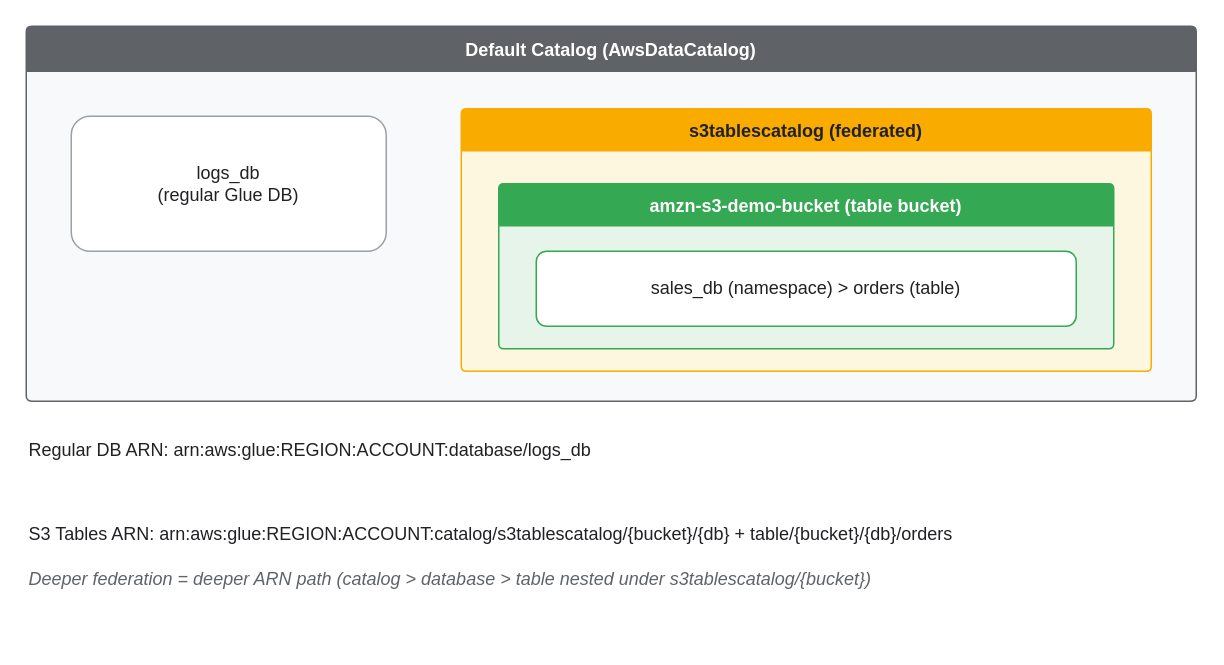
Earlier version of the draw.io diagram assets/img/aws/analytics-stack-06-catalog-federation.drawio (KKamJi98/kkamji98.github.io). Source tidied: cells renumbered, new cells numbered last; positions are measured from the earlier drawing's top-left corner, leaving out a move shared by most shapes. Both pictures are drawn from the tidied source at 150%, with x=0, y=0 at pixel (26, 26).
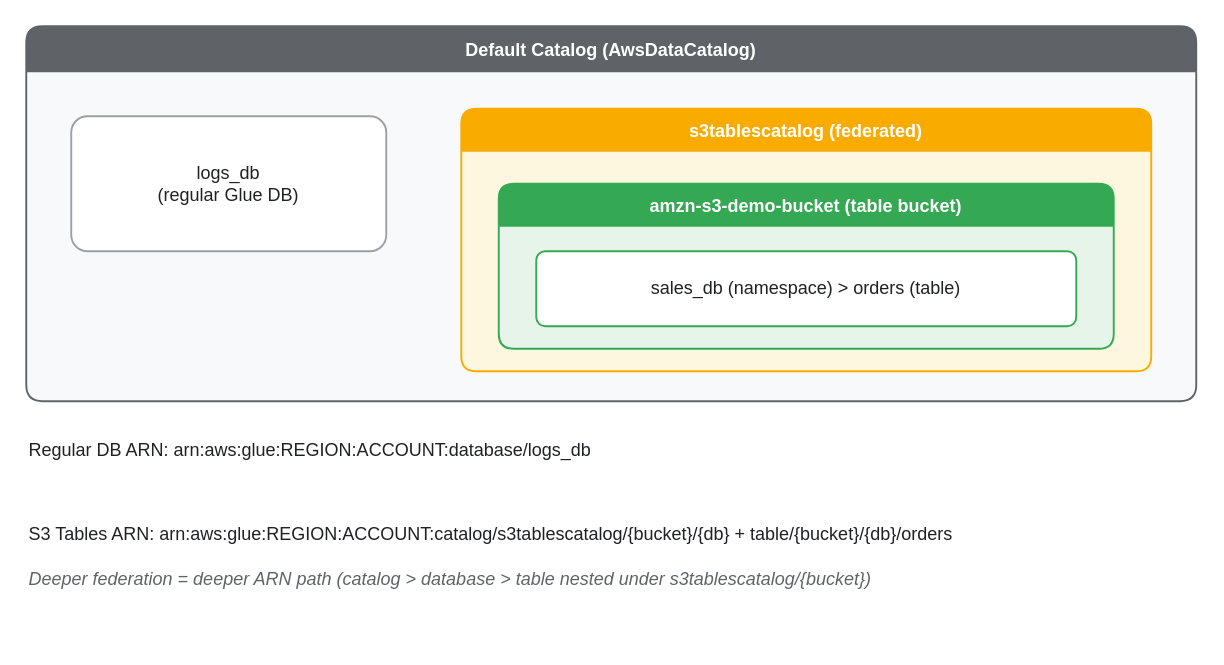
The same diagram, later.

The edit, as a diff of the source:
```diff
@@
-<mxGraphModel>
+<mxGraphModel background="#FFFFFF">
   <root>
     <mxCell id="0" />
     <mxCell id="1" parent="0" />
-    <mxCell id="2" value="Default Catalog (AwsDataCatalog)" style="swimlane;rounded=1;arcSize=4;html=0;startSize=30;fillColor=#5F6368;fontColor=#FFFFFF;swimlaneFillColor=#F8F9FA;strokeColor=#5F6368;fontStyle=1;shadow=0;" parent="1" vertex="1">
+    <mxCell id="2" value="Default Catalog (AwsDataCatalog)" style="swimlane;rounded=1;arcSize=12;html=0;startSize=30;fillColor=#5F6368;fontColor=#FFFFFF;swimlaneFillColor=#F8F9FA;strokeColor=#5F6368;fontStyle=1;shadow=0;strokeWidth=1.25;" parent="1" vertex="1">
       <mxGeometry width="780" height="250" as="geometry" />
     </mxCell>
-    <mxCell id="3" value="logs_db&#10;(regular Glue DB)" style="rounded=1;whiteSpace=wrap;html=0;arcSize=14;shadow=0;fillColor=#FFFFFF;strokeColor=#9AA0A6;fontColor=#202124;" parent="2" vertex="1">
+    <mxCell id="3" value="logs_db&#10;(regular Glue DB)" style="rounded=1;whiteSpace=wrap;html=0;arcSize=12;shadow=0;fillColor=#FFFFFF;strokeColor=#9AA0A6;fontColor=#202124;strokeWidth=1.25;" parent="2" vertex="1">
       <mxGeometry x="30" y="60" width="210" height="90" as="geometry" />
     </mxCell>
-    <mxCell id="4" value="s3tablescatalog (federated)" style="swimlane;rounded=1;arcSize=4;html=0;startSize=28;fillColor=#F9AB00;fontColor=#202124;swimlaneFillColor=#FEF7E0;strokeColor=#F9AB00;fontStyle=1;shadow=0;" parent="2" vertex="1">
+    <mxCell id="4" value="s3tablescatalog (federated)" style="swimlane;rounded=1;arcSize=12;html=0;startSize=28;fillColor=#F9AB00;fontColor=#FFFFFF;swimlaneFillColor=#FEF7E0;strokeColor=#F9AB00;fontStyle=1;shadow=0;strokeWidth=1.25;" parent="2" vertex="1">
       <mxGeometry x="290" y="55" width="460" height="175" as="geometry" />
     </mxCell>
-    <mxCell id="5" value="amzn-s3-demo-bucket (table bucket)" style="swimlane;rounded=1;arcSize=4;html=0;startSize=28;fillColor=#34A853;fontColor=#FFFFFF;swimlaneFillColor=#E6F4EA;strokeColor=#34A853;fontStyle=1;shadow=0;" parent="4" vertex="1">
+    <mxCell id="5" value="amzn-s3-demo-bucket (table bucket)" style="swimlane;rounded=1;arcSize=12;html=0;startSize=28;fillColor=#34A853;fontColor=#FFFFFF;swimlaneFillColor=#E6F4EA;strokeColor=#34A853;fontStyle=1;shadow=0;strokeWidth=1.25;" parent="4" vertex="1">
       <mxGeometry x="25" y="50" width="410" height="110" as="geometry" />
     </mxCell>
-    <mxCell id="6" value="sales_db (namespace)  &gt;  orders (table)" style="rounded=1;whiteSpace=wrap;html=0;arcSize=14;shadow=0;fillColor=#FFFFFF;strokeColor=#34A853;fontColor=#202124;" parent="5" vertex="1">
+    <mxCell id="6" value="sales_db (namespace)  &gt;  orders (table)" style="rounded=1;whiteSpace=wrap;html=0;arcSize=12;shadow=0;fillColor=#FFFFFF;strokeColor=#34A853;fontColor=#202124;strokeWidth=1.25;" parent="5" vertex="1">
       <mxGeometry x="25" y="45" width="360" height="50" as="geometry" />
     </mxCell>
     <mxCell id="7" value="Regular DB ARN:  arn:aws:glue:REGION:ACCOUNT:database/logs_db" style="text;html=0;align=left;verticalAlign=middle;fontColor=#202124;" parent="1" vertex="1">
       <mxGeometry y="270" width="780" height="24" as="geometry" />
     </mxCell>
     <mxCell id="8" value="S3 Tables ARN:  arn:aws:glue:REGION:ACCOUNT:catalog/s3tablescatalog/{bucket}/{db}  +  table/{bucket}/{db}/orders" style="text;html=0;align=left;verticalAlign=middle;fontColor=#202124;" parent="1" vertex="1">
       <mxGeometry y="298" width="780" height="80" as="geometry" />
     </mxCell>
     <mxCell id="9" value="Deeper federation = deeper ARN path (catalog &gt; database &gt; table nested under s3tablescatalog/{bucket})" style="text;html=0;align=left;verticalAlign=middle;fontColor=#5F6368;fontStyle=2;" parent="1" vertex="1">
       <mxGeometry y="328" width="780" height="80" as="geometry" />
     </mxCell>
   </root>
 </mxGraphModel>
```
